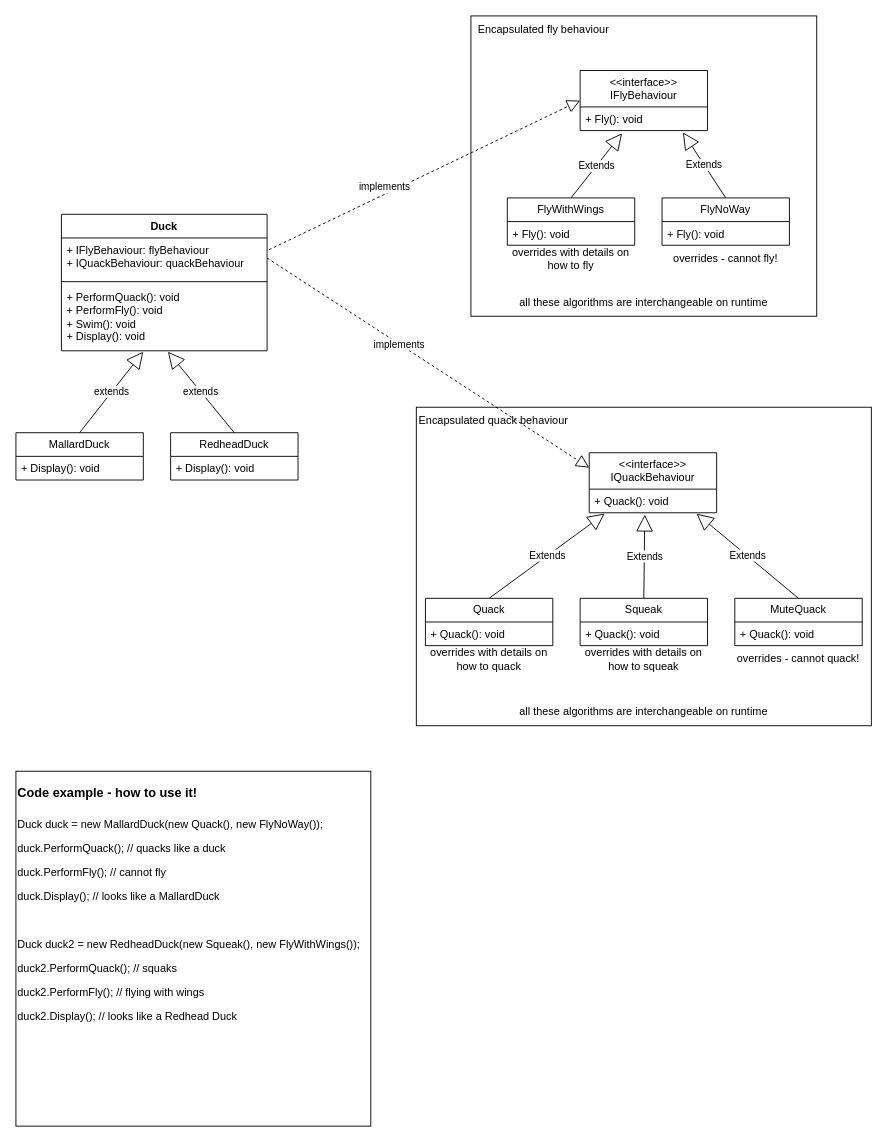
Before: strategy_pattern/strategy_pattern.drawio in MarioCodes/csharp-design-patterns, a draw.io diagram. Source tidied: cells renumbered, new cells numbered last; positions are measured from the earlier drawing's top-left corner, leaving out a move shared by most shapes. Both pictures are drawn from the tidied source at 91%, with x=0, y=0 at pixel (15, 15).
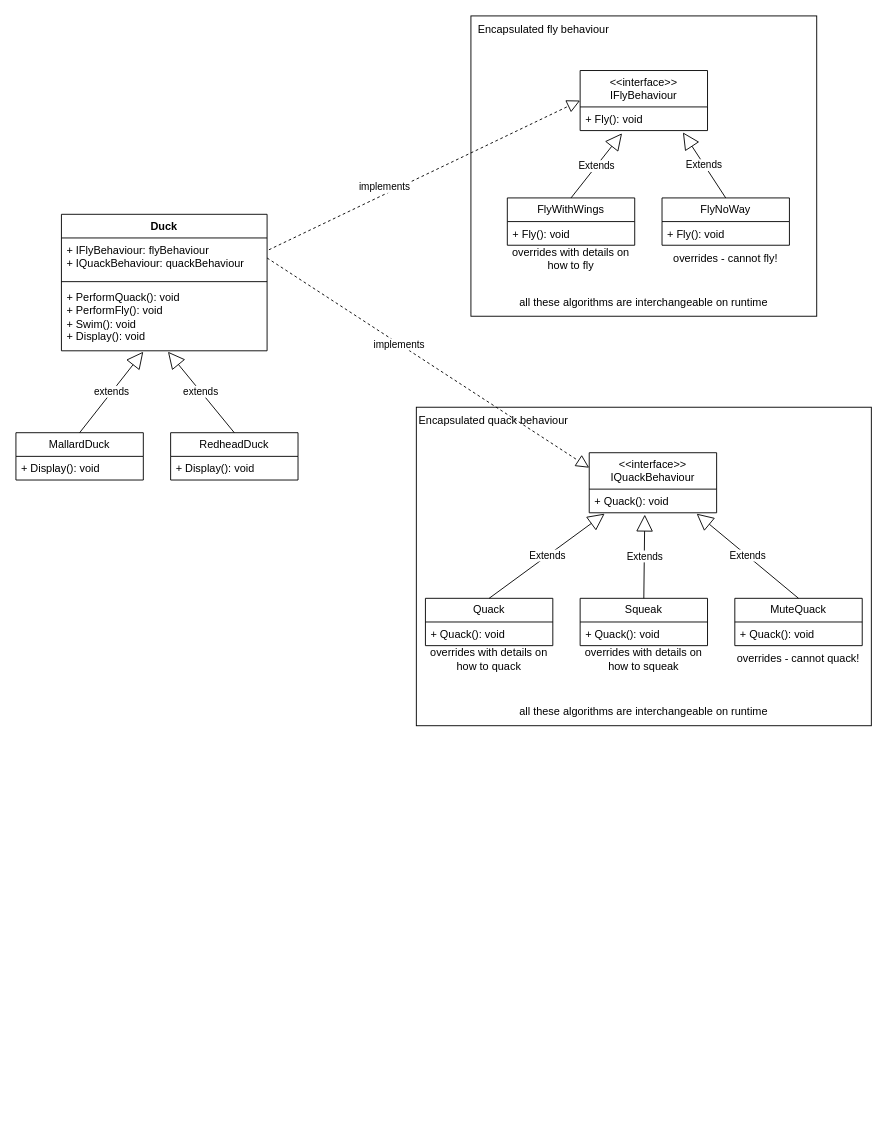
The same diagram, later.

The edit, as a diff of the source:
```diff
@@
-    <mxCell id="46" style="group;" parent="1" vertex="1">
-      <mxGeometry y="830" width="390" height="390" as="geometry" />
-    </mxCell>
-    <mxCell id="47" style="whiteSpace=wrap;html=1;" parent="46" vertex="1">
-      <mxGeometry width="390" height="390" as="geometry" />
-    </mxCell>
-    <mxCell id="48" value="&lt;h1 style=&quot;margin-top: 0px;&quot;&gt;&lt;font style=&quot;font-size: 14px;&quot;&gt;Code example - how to use it!&lt;/font&gt;&lt;/h1&gt;&lt;p&gt;Duck duck = new MallardDuck(new Quack(), new FlyNoWay());&lt;/p&gt;&lt;p&gt;duck.PerformQuack(); // quacks like a duck&lt;/p&gt;&lt;p&gt;duck.PerformFly(); // cannot fly&lt;/p&gt;&lt;p&gt;duck.Display(); // looks like a MallardDuck&lt;/p&gt;&lt;p&gt;&lt;br&gt;&lt;/p&gt;&lt;p&gt;Duck duck2 = new RedheadDuck(new Squeak(), new FlyWithWings());&lt;/p&gt;&lt;p&gt;duck2.PerformQuack(); // squaks&lt;/p&gt;&lt;p&gt;duck2.PerformFly(); // flying with wings&lt;/p&gt;&lt;p&gt;duck2.Display(); // looks like a Redhead Duck&lt;/p&gt;" style="text;html=1;whiteSpace=wrap;overflow=hidden;rounded=0;" parent="46" vertex="1">
-      <mxGeometry width="390" height="390" as="geometry" />
-    </mxCell>
```
